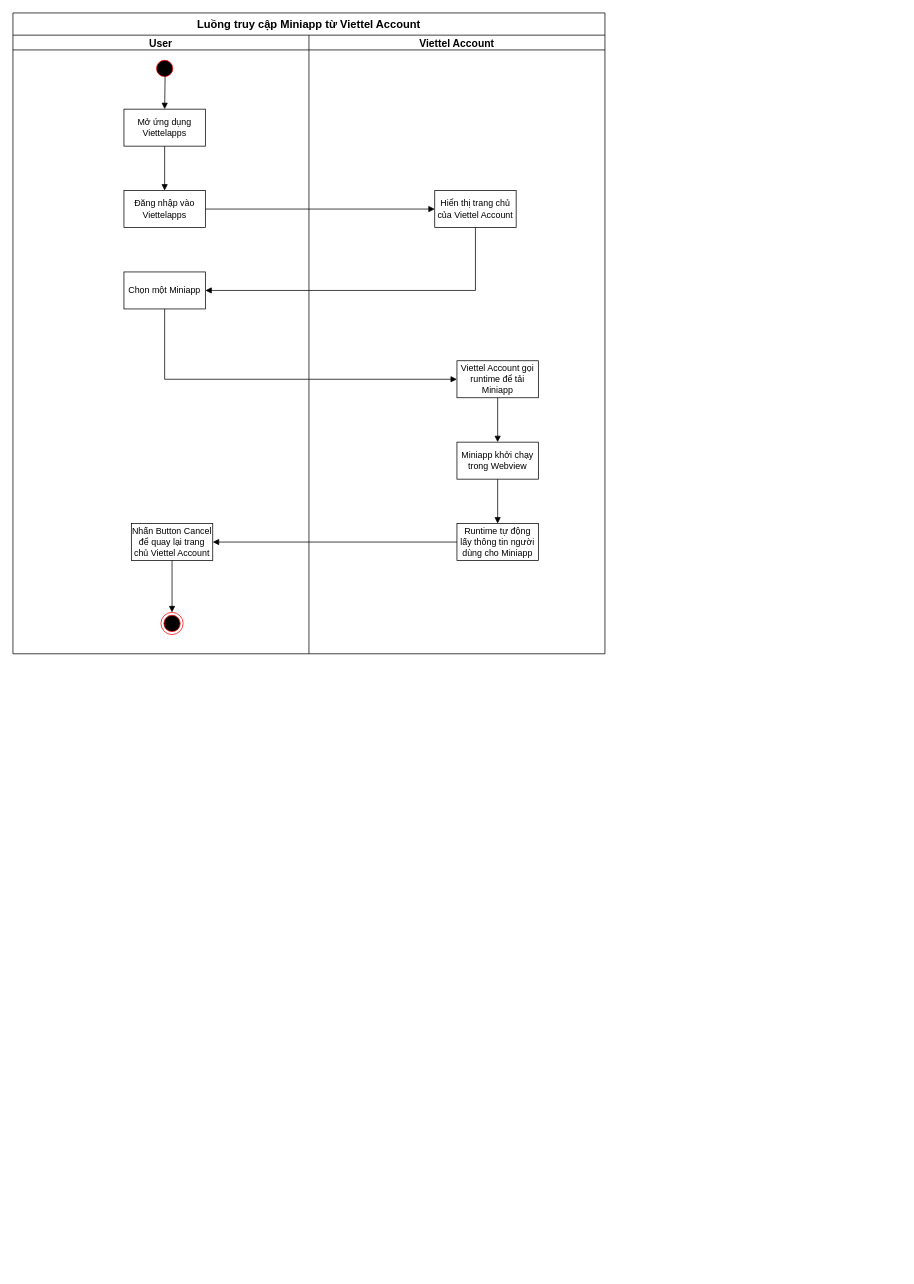
Earlier version of the draw.io diagram page "Trang-2" (2 of 2) of ViettelID.drawio (NamKhanhIT2/draw). Source tidied: cells renumbered, new cells numbered last; positions are measured from the earlier drawing's top-left corner, leaving out a move shared by most shapes. Both pictures are drawn from the tidied source at 74%, with x=0, y=0 at pixel (13, 13).
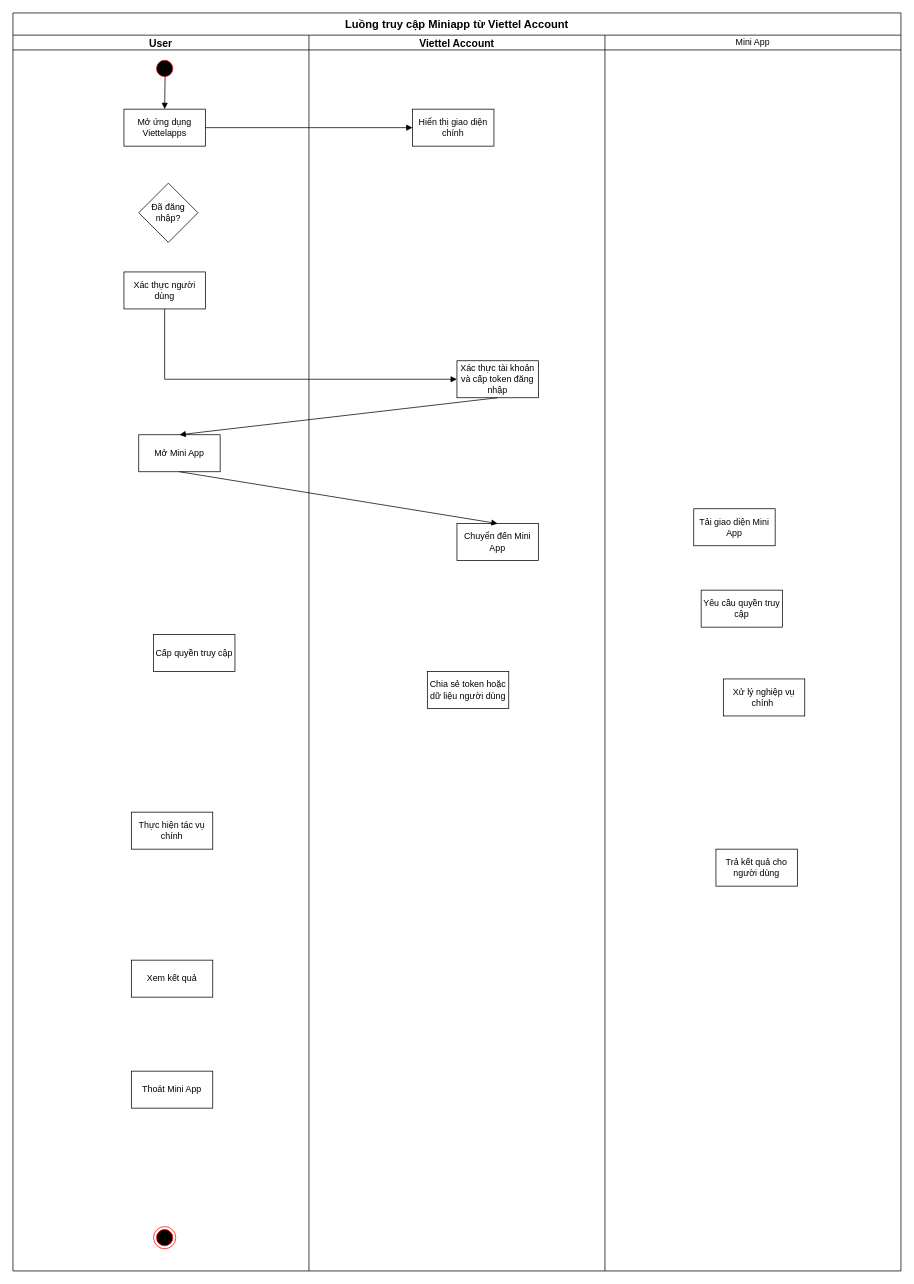
The same page after the edit.

Commit message (it also covers changes not shown here):
Cập nhật ViettelID.drawio

The change refers to these unchanged cells:
```xml
<mxCell id="10" value="Mở ứng dụng Viettelapps" style="html=1;whiteSpace=wrap;" parent="1" vertex="1">
  <mxGeometry x="150" y="130" width="110" height="50" as="geometry" />
</mxCell>
```

The edit, as a diff of the source:
```diff
@@
     <mxCell id="2" value="Luồng truy cập Miniapp từ Viettel Account" style="shape=table;startSize=30;childLayout=tableLayout;fontSize=15;fontStyle=1;" parent="1" vertex="1">
-      <mxGeometry width="800" height="866" as="geometry" />
+      <mxGeometry width="1200" height="1700" as="geometry" />
     </mxCell>
     <mxCell id="3" style="shape=tableRow;horizontal=0;startSize=0;swimlaneHead=0;swimlaneBody=0;strokeColor=inherit;top=0;left=0;bottom=0;right=0;fillColor=none;" parent="2" vertex="1">
-      <mxGeometry y="30" width="800" height="20" as="geometry" />
+      <mxGeometry y="30" width="1200" height="20" as="geometry" />
     </mxCell>
@@
+    <mxCell id="28" value="Mini App" style="shape=partialRectangle;html=1;whiteSpace=wrap;strokeColor=inherit;overflow=hidden;fillColor=none;top=0;left=0;bottom=0;right=0;" parent="3" vertex="1">
+      <mxGeometry x="800" width="400" height="20" as="geometry" />
+    </mxCell>
     <mxCell id="6" style="shape=tableRow;horizontal=0;startSize=0;swimlaneHead=0;swimlaneBody=0;strokeColor=inherit;top=0;left=0;bottom=0;right=0;fillColor=none;" parent="2" vertex="1">
-      <mxGeometry y="50" width="800" height="816" as="geometry" />
+      <mxGeometry y="50" width="1200" height="1650" as="geometry" />
     </mxCell>
     <mxCell id="7" style="shape=partialRectangle;html=1;whiteSpace=wrap;strokeColor=inherit;overflow=hidden;fillColor=none;top=0;left=0;bottom=0;right=0;" parent="6" vertex="1">
-      <mxGeometry width="400" height="816" as="geometry" />
+      <mxGeometry width="400" height="1650" as="geometry" />
     </mxCell>
     <mxCell id="8" style="shape=partialRectangle;html=1;whiteSpace=wrap;strokeColor=inherit;overflow=hidden;fillColor=none;top=0;left=0;bottom=0;right=0;" parent="6" vertex="1">
-      <mxGeometry x="400" width="400" height="816" as="geometry" />
+      <mxGeometry x="400" width="400" height="1650" as="geometry" />
     </mxCell>
+    <mxCell id="29" style="shape=partialRectangle;html=1;whiteSpace=wrap;strokeColor=inherit;overflow=hidden;fillColor=none;top=0;left=0;bottom=0;right=0;" parent="6" vertex="1">
+      <mxGeometry x="800" width="400" height="1650" as="geometry" />
+    </mxCell>
@@
-    <mxCell id="11" value="Đăng nhập vào Viettelapps" style="html=1;whiteSpace=wrap;" parent="1" vertex="1">
-      <mxGeometry x="150" y="240" width="110" height="50" as="geometry" />
-    </mxCell>
-    <mxCell id="12" value="Hiển thị trang chủ của Viettel Account" style="html=1;whiteSpace=wrap;" parent="1" vertex="1">
-      <mxGeometry x="570" y="240" width="110" height="50" as="geometry" />
+    <mxCell id="12" value="Hiển thị giao diện chính" style="html=1;whiteSpace=wrap;" parent="1" vertex="1">
+      <mxGeometry x="540" y="130" width="110" height="50" as="geometry" />
     </mxCell>
-    <mxCell id="13" value="Chọn một Miniapp" style="html=1;whiteSpace=wrap;" parent="1" vertex="1">
+    <mxCell id="13" value="Xác thực người dùng" style="html=1;whiteSpace=wrap;" parent="1" vertex="1">
       <mxGeometry x="150" y="350" width="110" height="50" as="geometry" />
     </mxCell>
-    <mxCell id="14" value="Viettel Account gọi runtime để tải Miniapp" style="html=1;whiteSpace=wrap;" parent="1" vertex="1">
+    <mxCell id="14" value="Xác thực tài khoản và cấp token đăng nhập" style="html=1;whiteSpace=wrap;" parent="1" vertex="1">
       <mxGeometry x="600" y="470" width="110" height="50" as="geometry" />
     </mxCell>
-    <mxCell id="15" value="Miniapp khởi chạy trong Webview" style="html=1;whiteSpace=wrap;" parent="1" vertex="1">
-      <mxGeometry x="600" y="580" width="110" height="50" as="geometry" />
+    <mxCell id="15" value="Mở Mini App" style="html=1;whiteSpace=wrap;" parent="1" vertex="1">
+      <mxGeometry x="170" y="570" width="110" height="50" as="geometry" />
     </mxCell>
-    <mxCell id="16" value="Runtime tự động lấy thông tin người dùng cho Miniapp" style="html=1;whiteSpace=wrap;" parent="1" vertex="1">
+    <mxCell id="16" value="Chuyển đến Mini App" style="html=1;whiteSpace=wrap;" parent="1" vertex="1">
       <mxGeometry x="600" y="690" width="110" height="50" as="geometry" />
     </mxCell>
-    <mxCell id="17" value="Nhấn Button Cancel để quay lại trang chủ Viettel Account" style="html=1;whiteSpace=wrap;" parent="1" vertex="1">
-      <mxGeometry x="160" y="690" width="110" height="50" as="geometry" />
-    </mxCell>
@@
-    <mxCell id="19" style="html=1;verticalAlign=bottom;endArrow=block;curved=0;rounded=0;entryX=0.5;entryY=0;entryDx=0;entryDy=0;exitX=0.5;exitY=1;exitDx=0;exitDy=0;" parent="1" edge="1" source="10" target="11">
-      <mxGeometry relative="1" as="geometry" />
-    </mxCell>
-    <mxCell id="20" style="html=1;verticalAlign=bottom;endArrow=block;curved=0;rounded=0;exitX=1;exitY=0.5;exitDx=0;exitDy=0;" parent="1" edge="1" source="11" target="12">
+    <mxCell id="20" style="html=1;verticalAlign=bottom;endArrow=block;curved=0;rounded=0;exitX=1;exitY=0.5;exitDx=0;exitDy=0;" parent="1" edge="1" source="10" target="12">
       <mxGeometry relative="1" as="geometry" />
     </mxCell>
-    <mxCell id="21" style="html=1;verticalAlign=bottom;endArrow=block;curved=0;rounded=0;exitX=0.5;exitY=1;exitDx=0;exitDy=0;entryX=1;entryY=0.5;entryDx=0;entryDy=0;" parent="1" edge="1" source="12" target="13">
-      <mxGeometry relative="1" as="geometry">
-        <Array as="points">
-          <mxPoint x="625" y="375" />
-        </Array>
-      </mxGeometry>
-    </mxCell>
@@
-    <mxCell id="25" style="html=1;verticalAlign=bottom;endArrow=block;curved=0;rounded=0;entryX=1;entryY=0.5;entryDx=0;entryDy=0;" parent="1" edge="1" source="16" target="17">
-      <mxGeometry relative="1" as="geometry" />
-    </mxCell>
     <mxCell id="26" style="ellipse;html=1;shape=endState;fillColor=#000000;strokeColor=#ff0000;" parent="1" vertex="1">
-      <mxGeometry x="200" y="810" width="30" height="30" as="geometry" />
+      <mxGeometry x="190" y="1640" width="30" height="30" as="geometry" />
     </mxCell>
-    <mxCell id="27" style="html=1;verticalAlign=bottom;endArrow=block;curved=0;rounded=0;exitX=0.5;exitY=1;exitDx=0;exitDy=0;entryX=0.5;entryY=0;entryDx=0;entryDy=0;" parent="1" edge="1" source="17" target="26">
-      <mxGeometry relative="1" as="geometry" />
-    </mxCell>
+    <mxCell id="30" value="Đã đăng nhập?" style="rhombus;whiteSpace=wrap;html=1;" parent="1" vertex="1">
+      <mxGeometry x="170" y="230" width="80" height="80" as="geometry" />
+    </mxCell>
+    <mxCell id="31" value="Tải giao diện Mini App" style="html=1;whiteSpace=wrap;" parent="1" vertex="1">
+      <mxGeometry x="920" y="670" width="110" height="50" as="geometry" />
+    </mxCell>
+    <mxCell id="32" value="Yêu cầu quyền truy cập" style="html=1;whiteSpace=wrap;" parent="1" vertex="1">
+      <mxGeometry x="930" y="780" width="110" height="50" as="geometry" />
+    </mxCell>
+    <mxCell id="33" value="Cấp quyền truy cập" style="html=1;whiteSpace=wrap;" parent="1" vertex="1">
+      <mxGeometry x="190" y="840" width="110" height="50" as="geometry" />
+    </mxCell>
+    <mxCell id="34" value="Chia sẻ token hoặc dữ liệu người dùng" style="html=1;whiteSpace=wrap;" parent="1" vertex="1">
+      <mxGeometry x="560" y="890" width="110" height="50" as="geometry" />
+    </mxCell>
+    <mxCell id="35" value="Xử lý nghiệp vụ chính&amp;nbsp;" style="html=1;whiteSpace=wrap;" parent="1" vertex="1">
+      <mxGeometry x="960" y="900" width="110" height="50" as="geometry" />
+    </mxCell>
+    <mxCell id="36" value="Thực hiện tác vụ chính" style="html=1;whiteSpace=wrap;" parent="1" vertex="1">
+      <mxGeometry x="160" y="1080" width="110" height="50" as="geometry" />
+    </mxCell>
+    <mxCell id="37" value="Trả kết quả cho người dùng" style="html=1;whiteSpace=wrap;" parent="1" vertex="1">
+      <mxGeometry x="950" y="1130" width="110" height="50" as="geometry" />
+    </mxCell>
+    <mxCell id="38" value="Xem kết quả" style="html=1;whiteSpace=wrap;" parent="1" vertex="1">
+      <mxGeometry x="160" y="1280" width="110" height="50" as="geometry" />
+    </mxCell>
+    <mxCell id="39" value="Thoát Mini App" style="html=1;whiteSpace=wrap;" parent="1" vertex="1">
+      <mxGeometry x="160" y="1430" width="110" height="50" as="geometry" />
+    </mxCell>
```
